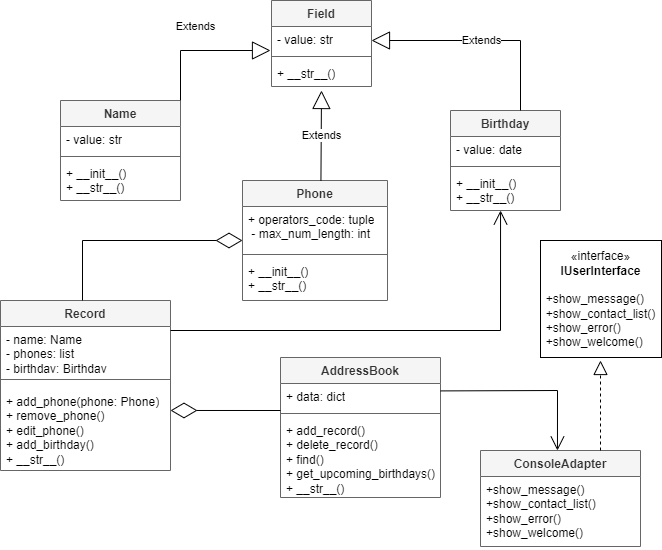
This is UML_AddressBookAssistantBot .png from frederikibara/goit-algo-hw-09, a draw.io export, as it was before one commit. Source tidied: cells renumbered, new cells last; positions are measured from the earlier drawing's top-left corner, leaving out a move shared by most shapes.
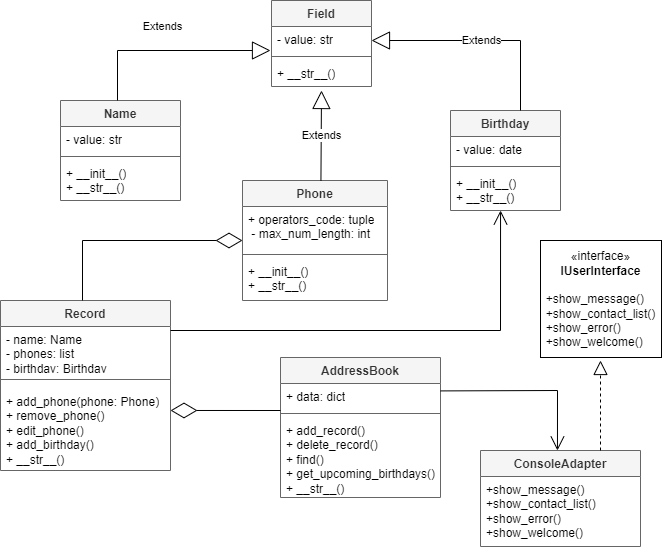
Above is the later version.

Change to the diagram source:
```diff
@@ -88,11 +88,12 @@
     <mxCell id="29" value="+ __init__()&lt;div&gt;+ __str__()&lt;/div&gt;" style="text;strokeColor=none;fillColor=none;align=left;verticalAlign=top;spacingLeft=4;spacingRight=4;overflow=hidden;points=[[0,0.5],[1,0.5]];portConstraint=eastwest;whiteSpace=wrap;html=1;" parent="26" vertex="1">
       <mxGeometry y="60" width="110" height="40" as="geometry" />
     </mxCell>
-    <mxCell id="30" value="Extends" style="endArrow=block;endSize=16;endFill=0;html=1;rounded=0;exitX=1;exitY=0;exitDx=0;exitDy=0;" parent="1" edge="1" source="18">
+    <mxCell id="30" value="Extends" style="endArrow=block;endSize=16;endFill=0;html=1;rounded=0;" parent="1" edge="1">
       <mxGeometry x="-0.06" y="25" relative="1" as="geometry">
+        <mxPoint x="117" y="100" as="sourcePoint" />
         <mxPoint x="270" y="50" as="targetPoint" />
         <Array as="points">
-          <mxPoint x="180" y="50" />
+          <mxPoint x="117" y="50" />
           <mxPoint x="270" y="50" />
         </Array>
         <mxPoint y="1" as="offset" />
```
